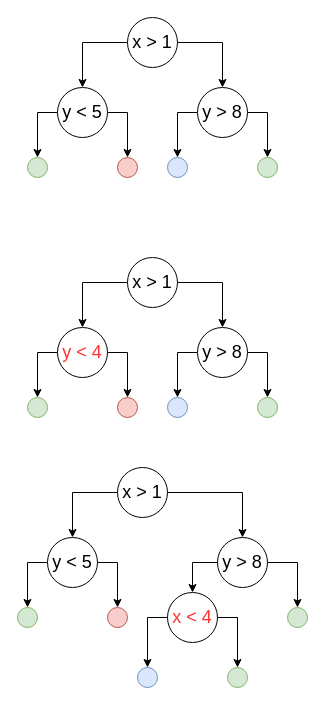
Before: online-random-forest.drawio in Zhang-Liao/draw-io, a draw.io diagram. Source tidied: cells renumbered, new cells numbered last; positions are measured from the earlier drawing's top-left corner, leaving out a move shared by most shapes. Both pictures are drawn from the tidied source at 100%, with x=0, y=0 at pixel (17, 17).
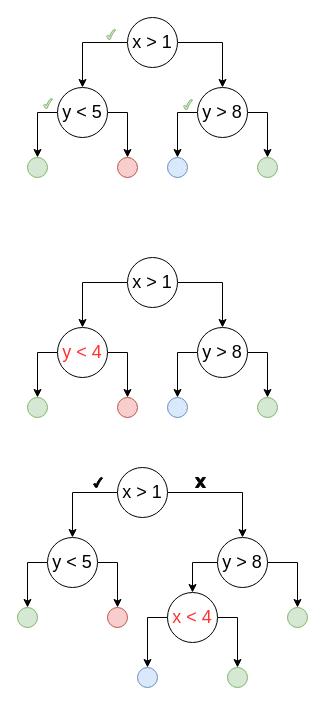
Above is the later version.

The change refers to these unchanged cells:
```xml
<mxCell id="2" style="group;" parent="1" vertex="1">
  <mxGeometry x="10" width="250" height="160" as="geometry" />
</mxCell>
```

Change to the diagram source:
```diff
@@
+    <mxCell id="49" style="verticalLabelPosition=bottom;verticalAlign=top;html=1;shape=mxgraph.basic.tick;fillColor=#d5e8d4;strokeColor=#82b366;" parent="2" vertex="1">
+      <mxGeometry x="79" y="12" width="9" height="10" as="geometry" />
+    </mxCell>
@@
+    <mxCell id="50" style="verticalLabelPosition=bottom;verticalAlign=top;html=1;shape=mxgraph.basic.tick;fillColor=#d5e8d4;strokeColor=#82b366;" parent="1" vertex="1">
+      <mxGeometry x="26" y="81" width="9" height="10" as="geometry" />
+    </mxCell>
+    <mxCell id="51" style="verticalLabelPosition=bottom;verticalAlign=top;html=1;shape=mxgraph.basic.tick;fillColor=#d5e8d4;strokeColor=#82b366;" parent="1" vertex="1">
+      <mxGeometry x="166" y="82" width="9" height="10" as="geometry" />
+    </mxCell>
+    <mxCell id="52" style="verticalLabelPosition=bottom;verticalAlign=top;html=1;shape=mxgraph.basic.tick;fillColor=#000000;strokeColor=#000000;fontColor=#ffffff;" parent="1" vertex="1">
+      <mxGeometry x="76" y="460" width="9" height="10" as="geometry" />
+    </mxCell>
+    <mxCell id="53" style="verticalLabelPosition=bottom;verticalAlign=top;html=1;shape=mxgraph.basic.x;fillColor=#000000;strokeColor=#000000;fontColor=#ffffff;" parent="1" vertex="1">
+      <mxGeometry x="178" y="460" width="10" height="10" as="geometry" />
+    </mxCell>
```
